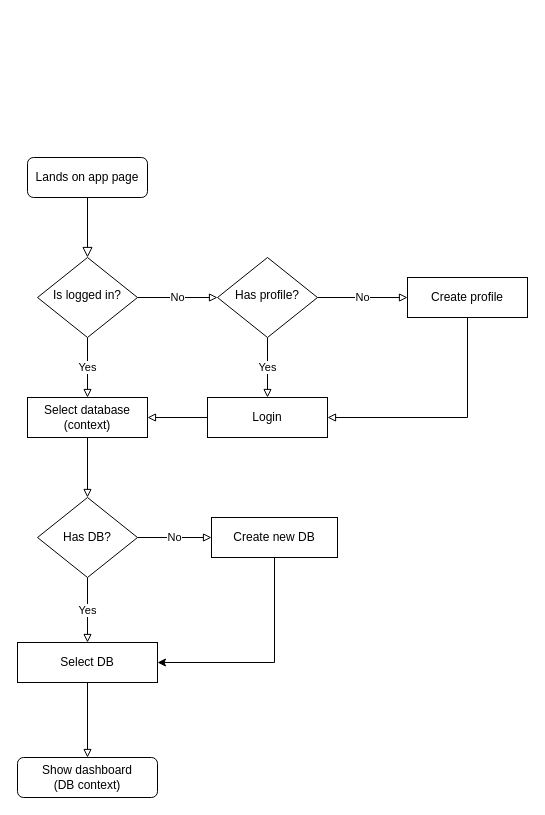
Before: page "Onboarding" (1 of 4) of diagrams/Front_Flowcharts.drawio in corsaire-chaparral/registre-coch, a draw.io diagram. Source tidied: cells renumbered, new cells numbered last; positions are measured from the earlier drawing's top-left corner, leaving out a move shared by most shapes. Both pictures are drawn from the tidied source at 100%, with x=0, y=0 at pixel (17, 157).
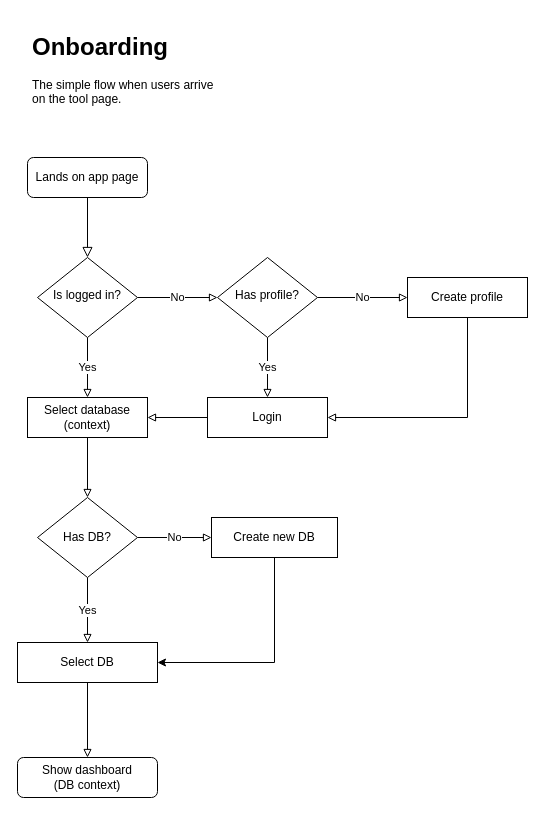
The same diagram, later.

What changed in the source:
```diff
@@
+    <mxCell id="24" value="&lt;h1&gt;Onboarding&lt;/h1&gt;&lt;p&gt;The simple flow when users arrive on the tool page.&lt;br&gt;&lt;/p&gt;" style="text;html=1;strokeColor=none;fillColor=none;spacing=5;spacingTop=-20;whiteSpace=wrap;overflow=hidden;rounded=0;" parent="1" vertex="1">
+      <mxGeometry x="10" y="-130" width="190" height="120" as="geometry" />
+    </mxCell>
```
